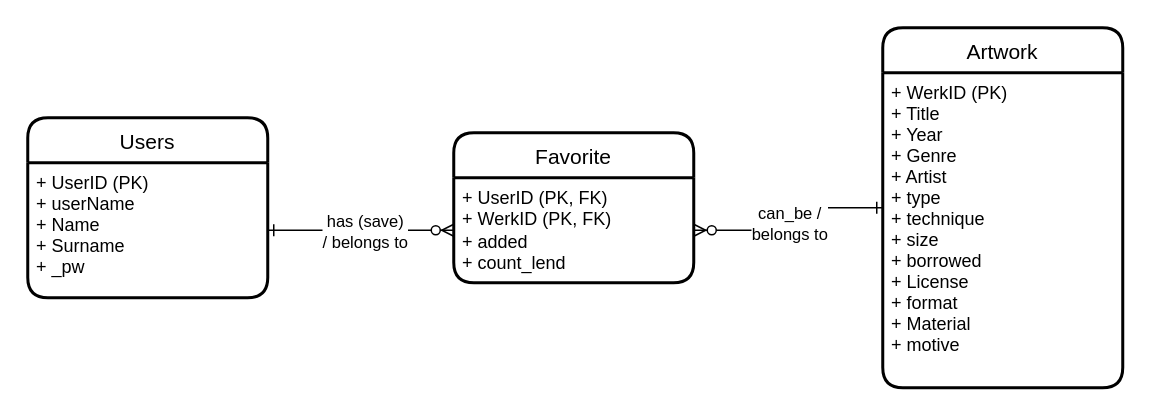
Before: page "ERM" (5 of 5) of Artefakte/Untitled Diagram.drawio in JJJS777/EPWS2122KwintSchiller, a draw.io diagram. Source tidied: cells renumbered, new cells numbered last; positions are measured from the earlier drawing's top-left corner, leaving out a move shared by most shapes. Both pictures are drawn from the tidied source at 150%, with x=0, y=0 at pixel (27, 27).
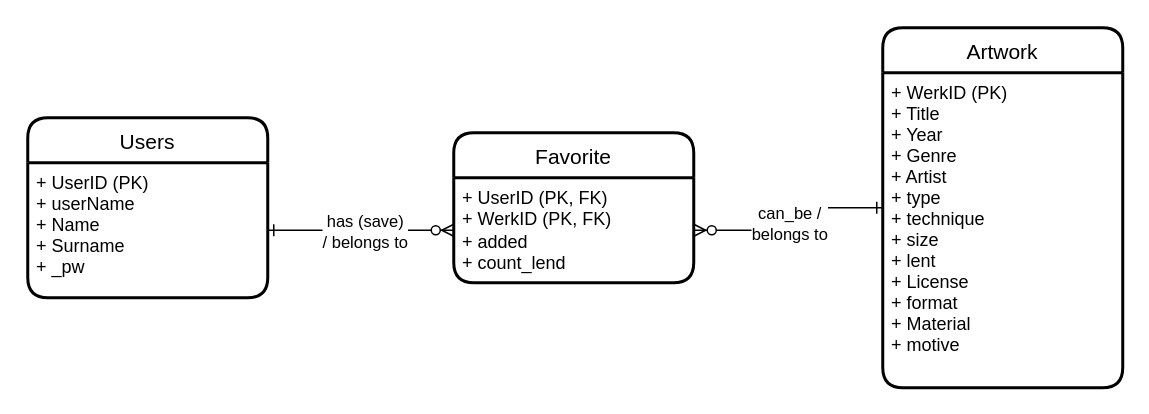
Above is the later version.

Diff of the diagram source:
```diff
@@
 <mxGraphModel>
   <root>
     <mxCell id="0" />
     <mxCell id="1" parent="0" />
     <mxCell id="2" value="Users" style="swimlane;horizontal=1;startSize=30;rounded=1;fontSize=14;fontStyle=0;strokeWidth=2;shadow=0;dashed=0;align=center;" parent="1" vertex="1">
       <mxGeometry y="60" width="160" height="120" as="geometry" />
     </mxCell>
     <mxCell id="3" value="+ UserID (PK)&#10;+ userName&#10;+ Name&#10;+ Surname&#10;+ _pw&#10;" style="align=left;strokeColor=none;fillColor=none;spacingLeft=4;fontSize=12;verticalAlign=top;" parent="2" vertex="1">
       <mxGeometry y="30" width="160" height="90" as="geometry" />
     </mxCell>
     <mxCell id="4" style="edgeStyle=orthogonalEdgeStyle;rounded=0;jettySize=auto;html=1;startArrow=ERone;startFill=0;endArrow=ERzeroToMany;endFill=1;" parent="1" edge="1" source="6" target="9">
       <mxGeometry relative="1" as="geometry" />
     </mxCell>
     <mxCell id="5" value="&lt;div&gt;can_be /&lt;br&gt;&lt;/div&gt;&lt;div&gt;belongs to&lt;/div&gt;" style="edgeLabel;html=1;align=center;verticalAlign=middle;" parent="4" vertex="1">
       <mxGeometry x="-0.43" relative="1" as="geometry">
         <mxPoint x="-23" y="10" as="offset" />
       </mxGeometry>
     </mxCell>
     <mxCell id="6" value="Artwork" style="swimlane;horizontal=1;startSize=30;rounded=1;fontSize=14;fontStyle=0;strokeWidth=2;shadow=0;dashed=0;align=center;" parent="1" vertex="1">
       <mxGeometry x="570" width="160" height="240" as="geometry" />
     </mxCell>
-    <mxCell id="7" value="+ WerkID (PK)&#10;+ Title&#10;+ Year&#10;+ Genre&#10;+ Artist&#10;+ type&#10;+ technique&#10;+ size&#10;+ borrowed&#10;+ License&#10;+ format&#10;+ Material&#10;+ motive" style="align=left;strokeColor=none;fillColor=none;spacingLeft=4;fontSize=12;verticalAlign=top;" parent="6" vertex="1">
+    <mxCell id="7" value="+ WerkID (PK)&#10;+ Title&#10;+ Year&#10;+ Genre&#10;+ Artist&#10;+ type&#10;+ technique&#10;+ size&#10;+ lent&#10;+ License&#10;+ format&#10;+ Material&#10;+ motive" style="align=left;strokeColor=none;fillColor=none;spacingLeft=4;fontSize=12;verticalAlign=top;" parent="6" vertex="1">
       <mxGeometry y="30" width="160" height="210" as="geometry" />
     </mxCell>
     <mxCell id="8" value="Favorite" style="swimlane;horizontal=1;startSize=30;rounded=1;fontSize=14;fontStyle=0;strokeWidth=2;shadow=0;dashed=0;align=center;" parent="1" vertex="1">
       <mxGeometry x="284" y="70" width="160" height="100" as="geometry" />
     </mxCell>
     <mxCell id="9" value="+ UserID (PK, FK)&lt;br&gt;&lt;div&gt;+ WerkID (PK, FK)&lt;/div&gt;&lt;div&gt;+ added&lt;/div&gt;&lt;div&gt;+ count_lend&lt;br&gt;&lt;/div&gt;" style="align=left;strokeColor=none;fillColor=none;spacingLeft=4;fontSize=12;verticalAlign=top;html=1;" parent="8" vertex="1">
       <mxGeometry y="30" width="160" height="70" as="geometry" />
     </mxCell>
     <mxCell id="10" style="edgeStyle=orthogonalEdgeStyle;rounded=0;jettySize=auto;html=1;endArrow=ERzeroToMany;endFill=1;startArrow=ERone;startFill=0;" parent="1" edge="1" source="3" target="9">
       <mxGeometry relative="1" as="geometry" />
     </mxCell>
     <mxCell id="11" value="has (save)&lt;br&gt;/ belongs to" style="edgeLabel;html=1;align=center;verticalAlign=middle;" parent="10" vertex="1">
       <mxGeometry x="0.04" relative="1" as="geometry" />
     </mxCell>
   </root>
 </mxGraphModel>
```
